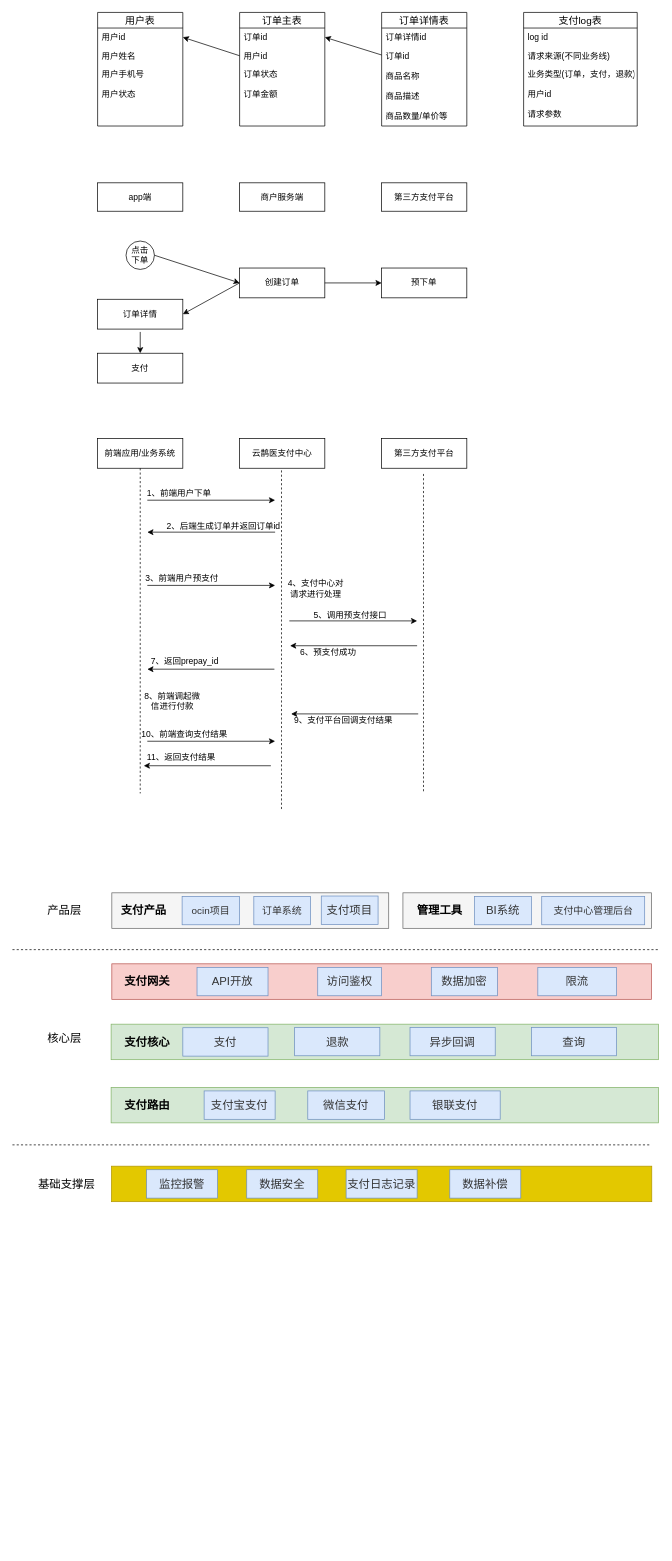
This is 订单设计.drawio from chenrushui/draw, a draw.io file, before an edit. Source tidied: cells renumbered, new cells numbered last; positions are measured from the earlier drawing's top-left corner, leaving out a move shared by most shapes. Both pictures are drawn from the tidied source at 71%, with x=0, y=0 at pixel (12, 12).
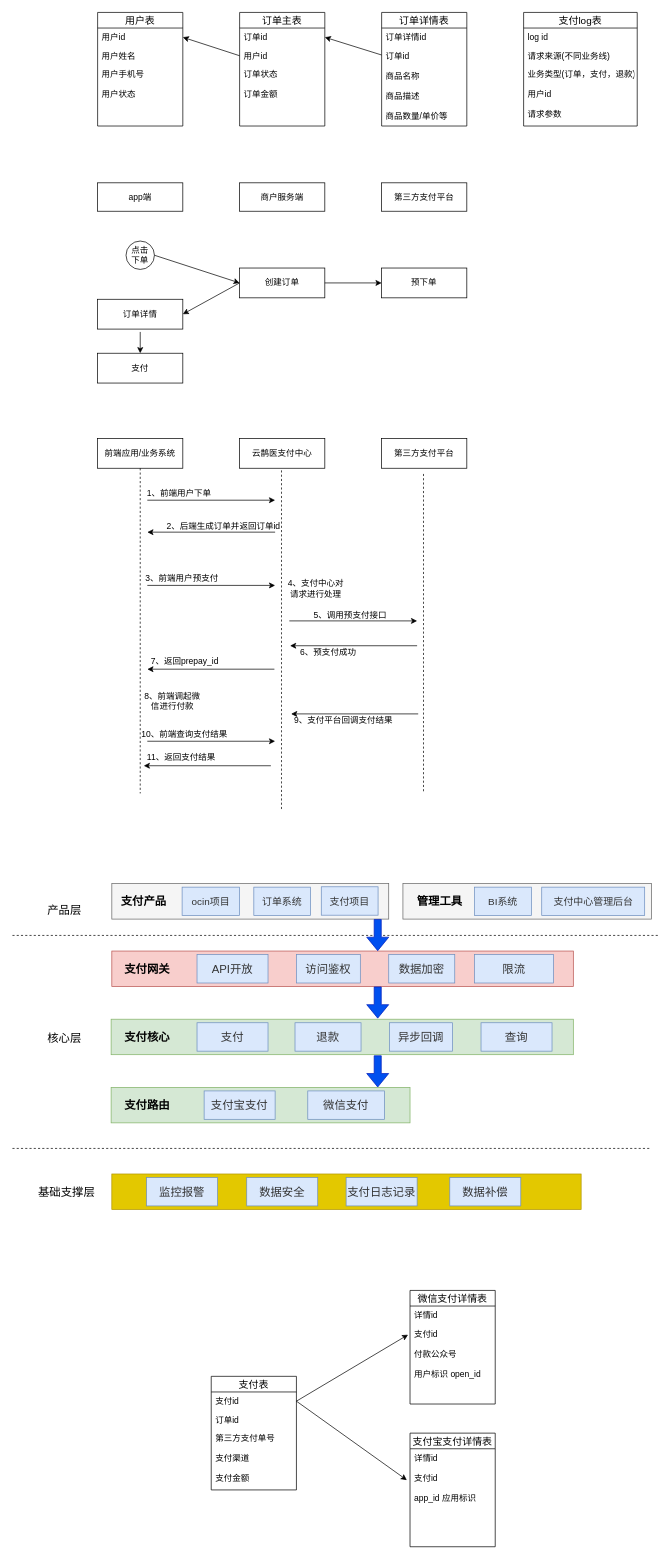
Above is the later version.

Diff of the diagram source:
```diff
@@
     <mxCell id="57" style="rounded=0;whiteSpace=wrap;html=1;fontSize=16;fillColor=#f5f5f5;strokeColor=#666666;fontColor=#333333;" parent="1" vertex="1">
-      <mxGeometry x="550" y="1240" width="350" height="50" as="geometry" />
+      <mxGeometry x="550" y="1227" width="350" height="50" as="geometry" />
     </mxCell>
     <mxCell id="58" style="rounded=0;whiteSpace=wrap;html=1;fontSize=16;fillColor=#f5f5f5;strokeColor=#666666;fontColor=#333333;" parent="1" vertex="1">
-      <mxGeometry x="140" y="1240" width="390" height="50" as="geometry" />
+      <mxGeometry x="140" y="1227" width="390" height="50" as="geometry" />
     </mxCell>
@@
     <mxCell id="61" value="基础支撑层" style="text;html=1;strokeColor=none;fillColor=none;align=center;verticalAlign=middle;whiteSpace=wrap;rounded=0;fontSize=16;" parent="1" vertex="1">
-      <mxGeometry x="33" y="1640" width="87" height="20" as="geometry" />
+      <mxGeometry x="33" y="1651" width="87" height="20" as="geometry" />
     </mxCell>
     <mxCell id="62" style="endArrow=none;dashed=1;html=1;fontSize=16;" parent="1" edge="1">
       <mxGeometry relative="1" as="geometry">
-        <mxPoint y="1320" as="sourcePoint" />
-        <mxPoint x="910" y="1320" as="targetPoint" />
+        <mxPoint y="1300" as="sourcePoint" />
+        <mxPoint x="910" y="1300" as="targetPoint" />
       </mxGeometry>
     </mxCell>
     <mxCell id="63" style="endArrow=none;dashed=1;html=1;fontSize=16;" parent="1" edge="1">
       <mxGeometry relative="1" as="geometry">
-        <mxPoint y="1595" as="sourcePoint" />
-        <mxPoint x="900" y="1595" as="targetPoint" />
+        <mxPoint y="1600" as="sourcePoint" />
+        <mxPoint x="900" y="1600" as="targetPoint" />
       </mxGeometry>
     </mxCell>
     <mxCell id="64" value="&lt;p class=&quot;MsoNormal&quot; style=&quot;font-size: 14px&quot;&gt;&lt;span style=&quot;color: rgb(51, 51, 51); letter-spacing: 0pt; background-image: initial; background-position: initial; background-size: initial; background-repeat: initial; background-attachment: initial; background-origin: initial; background-clip: initial;&quot;&gt;ocin&lt;font face=&quot;宋体&quot; style=&quot;font-size: 14px&quot;&gt;项目&lt;/font&gt;&lt;/span&gt;&lt;/p&gt;" style="rounded=0;whiteSpace=wrap;html=1;fontSize=16;fillColor=#dae8fc;strokeColor=#6c8ebf;labelBackgroundColor=none;" parent="1" vertex="1">
-      <mxGeometry x="239" y="1245" width="81" height="40" as="geometry" />
+      <mxGeometry x="239" y="1232" width="81" height="40" as="geometry" />
     </mxCell>
     <mxCell id="65" value="&lt;p class=&quot;MsoNormal&quot; style=&quot;font-size: 14px&quot;&gt;&lt;font color=&quot;#333333&quot;&gt;&lt;span style=&quot;&quot;&gt;支付中心管理后台&lt;/span&gt;&lt;/font&gt;&lt;/p&gt;" style="rounded=0;whiteSpace=wrap;html=1;fontSize=16;fillColor=#dae8fc;strokeColor=#6c8ebf;labelBackgroundColor=none;" parent="1" vertex="1">
-      <mxGeometry x="745.5" y="1245" width="145" height="40" as="geometry" />
+      <mxGeometry x="745.5" y="1232" width="145" height="40" as="geometry" />
     </mxCell>
     <mxCell id="66" value="&lt;p class=&quot;MsoNormal&quot; style=&quot;font-size: 14px&quot;&gt;&lt;font color=&quot;#333333&quot;&gt;&lt;span&gt;订单系统&lt;/span&gt;&lt;/font&gt;&lt;/p&gt;" style="rounded=0;whiteSpace=wrap;html=1;fontSize=16;fillColor=#dae8fc;strokeColor=#6c8ebf;labelBackgroundColor=none;" parent="1" vertex="1">
-      <mxGeometry x="340" y="1245" width="80" height="40" as="geometry" />
+      <mxGeometry x="340" y="1232" width="80" height="40" as="geometry" />
     </mxCell>
-    <mxCell id="67" value="&lt;font color=&quot;#333333&quot;&gt;BI系统&lt;/font&gt;" style="rounded=0;whiteSpace=wrap;html=1;fontSize=16;fillColor=#dae8fc;strokeColor=#6c8ebf;labelBackgroundColor=none;" parent="1" vertex="1">
-      <mxGeometry x="651" y="1245" width="80" height="40" as="geometry" />
+    <mxCell id="67" value="&lt;font color=&quot;#333333&quot; style=&quot;font-size: 14px&quot;&gt;BI系统&lt;/font&gt;" style="rounded=0;whiteSpace=wrap;html=1;fontSize=16;fillColor=#dae8fc;strokeColor=#6c8ebf;labelBackgroundColor=none;" parent="1" vertex="1">
+      <mxGeometry x="651" y="1232" width="80" height="40" as="geometry" />
     </mxCell>
     <mxCell id="68" value="支付产品" style="text;html=1;strokeColor=none;fillColor=none;align=center;verticalAlign=middle;whiteSpace=wrap;rounded=0;labelBackgroundColor=none;fontSize=16;fontStyle=1;" parent="1" vertex="1">
-      <mxGeometry x="150" y="1255" width="70" height="20" as="geometry" />
+      <mxGeometry x="150" y="1242" width="70" height="20" as="geometry" />
     </mxCell>
     <mxCell id="69" value="管理工具" style="text;html=1;strokeColor=none;fillColor=none;align=center;verticalAlign=middle;whiteSpace=wrap;rounded=0;labelBackgroundColor=none;fontSize=16;fontStyle=1;" parent="1" vertex="1">
-      <mxGeometry x="567" y="1255" width="70" height="20" as="geometry" />
+      <mxGeometry x="567" y="1242" width="70" height="20" as="geometry" />
     </mxCell>
     <mxCell id="70" style="rounded=0;whiteSpace=wrap;html=1;fontSize=16;fillColor=#f8cecc;strokeColor=#b85450;" parent="1" vertex="1">
-      <mxGeometry x="140" y="1340" width="760" height="50" as="geometry" />
+      <mxGeometry x="140" y="1322" width="650" height="50" as="geometry" />
     </mxCell>
     <mxCell id="71" value="支付网关" style="text;html=1;strokeColor=none;fillColor=none;align=center;verticalAlign=middle;whiteSpace=wrap;rounded=0;labelBackgroundColor=none;fontSize=16;fontStyle=1;" parent="1" vertex="1">
-      <mxGeometry x="155" y="1355" width="70" height="20" as="geometry" />
+      <mxGeometry x="155" y="1337" width="70" height="20" as="geometry" />
     </mxCell>
     <mxCell id="72" value="&lt;font color=&quot;#333333&quot;&gt;API开放&lt;/font&gt;" style="rounded=0;whiteSpace=wrap;html=1;fontSize=16;fillColor=#dae8fc;strokeColor=#6c8ebf;labelBackgroundColor=none;" parent="1" vertex="1">
-      <mxGeometry x="260" y="1345" width="100" height="40" as="geometry" />
+      <mxGeometry x="260" y="1327" width="100" height="40" as="geometry" />
     </mxCell>
     <mxCell id="73" value="&lt;font color=&quot;#333333&quot;&gt;访问鉴权&lt;/font&gt;" style="rounded=0;whiteSpace=wrap;html=1;fontSize=16;fillColor=#dae8fc;strokeColor=#6c8ebf;labelBackgroundColor=none;" parent="1" vertex="1">
-      <mxGeometry x="430" y="1345" width="90" height="40" as="geometry" />
+      <mxGeometry x="400" y="1327" width="90" height="40" as="geometry" />
     </mxCell>
     <mxCell id="74" value="&lt;font color=&quot;#333333&quot;&gt;数据加密&lt;/font&gt;" style="rounded=0;whiteSpace=wrap;html=1;fontSize=16;fillColor=#dae8fc;strokeColor=#6c8ebf;labelBackgroundColor=none;" parent="1" vertex="1">
-      <mxGeometry x="590" y="1345" width="93" height="40" as="geometry" />
+      <mxGeometry x="530" y="1327" width="93" height="40" as="geometry" />
     </mxCell>
     <mxCell id="75" value="&lt;font color=&quot;#333333&quot;&gt;限流&lt;/font&gt;" style="rounded=0;whiteSpace=wrap;html=1;fontSize=16;fillColor=#dae8fc;strokeColor=#6c8ebf;labelBackgroundColor=none;" parent="1" vertex="1">
-      <mxGeometry x="740" y="1345" width="111" height="40" as="geometry" />
+      <mxGeometry x="651" y="1327" width="111" height="40" as="geometry" />
     </mxCell>
     <mxCell id="76" style="rounded=0;whiteSpace=wrap;html=1;fontSize=16;fillColor=#d5e8d4;strokeColor=#82b366;" parent="1" vertex="1">
-      <mxGeometry x="139" y="1425" width="771" height="50" as="geometry" />
+      <mxGeometry x="139" y="1418" width="651" height="50" as="geometry" />
     </mxCell>
     <mxCell id="77" value="支付核心" style="text;html=1;strokeColor=none;fillColor=none;align=center;verticalAlign=middle;whiteSpace=wrap;rounded=0;labelBackgroundColor=none;fontSize=16;fontStyle=1;" parent="1" vertex="1">
-      <mxGeometry x="155" y="1440" width="70" height="20" as="geometry" />
+      <mxGeometry x="155" y="1433" width="70" height="20" as="geometry" />
     </mxCell>
     <mxCell id="78" value="&lt;font color=&quot;#333333&quot;&gt;支付&lt;/font&gt;" style="rounded=0;whiteSpace=wrap;html=1;fontSize=16;fillColor=#dae8fc;strokeColor=#6c8ebf;labelBackgroundColor=none;" parent="1" vertex="1">
-      <mxGeometry x="240" y="1430" width="120" height="40" as="geometry" />
+      <mxGeometry x="260" y="1423" width="100" height="40" as="geometry" />
     </mxCell>
     <mxCell id="79" style="rounded=0;whiteSpace=wrap;html=1;fontSize=16;fillColor=#d5e8d4;strokeColor=#82b366;" parent="1" vertex="1">
-      <mxGeometry x="139" y="1514" width="771" height="50" as="geometry" />
+      <mxGeometry x="139" y="1514" width="421" height="50" as="geometry" />
     </mxCell>
@@
-    <mxCell id="83" value="&lt;font color=&quot;#333333&quot;&gt;银联支付&lt;/font&gt;" style="rounded=0;whiteSpace=wrap;html=1;fontSize=16;fillColor=#dae8fc;strokeColor=#6c8ebf;labelBackgroundColor=none;" parent="1" vertex="1">
-      <mxGeometry x="560" y="1519" width="127" height="40" as="geometry" />
-    </mxCell>
     <mxCell id="84" style="rounded=0;whiteSpace=wrap;html=1;fontSize=16;fillColor=#e3c800;strokeColor=#B09500;fontColor=#ffffff;" parent="1" vertex="1">
-      <mxGeometry x="139.5" y="1625" width="761" height="50" as="geometry" />
+      <mxGeometry x="140" y="1636" width="661" height="50" as="geometry" />
     </mxCell>
     <mxCell id="85" value="&lt;font color=&quot;#333333&quot;&gt;监控报警&lt;/font&gt;" style="rounded=0;whiteSpace=wrap;html=1;fontSize=16;fillColor=#dae8fc;strokeColor=#6c8ebf;labelBackgroundColor=none;" parent="1" vertex="1">
-      <mxGeometry x="189" y="1630" width="100" height="40" as="geometry" />
+      <mxGeometry x="189" y="1641" width="100" height="40" as="geometry" />
     </mxCell>
     <mxCell id="86" value="&lt;font color=&quot;#333333&quot;&gt;数据安全&lt;/font&gt;" style="rounded=0;whiteSpace=wrap;html=1;fontSize=16;fillColor=#dae8fc;strokeColor=#6c8ebf;labelBackgroundColor=none;" parent="1" vertex="1">
-      <mxGeometry x="330" y="1630" width="100" height="40" as="geometry" />
+      <mxGeometry x="330" y="1641" width="100" height="40" as="geometry" />
     </mxCell>
     <mxCell id="87" value="&lt;font color=&quot;#333333&quot;&gt;支付日志记录&lt;/font&gt;" style="rounded=0;whiteSpace=wrap;html=1;fontSize=16;fillColor=#dae8fc;strokeColor=#6c8ebf;labelBackgroundColor=none;" parent="1" vertex="1">
-      <mxGeometry x="470" y="1630" width="100" height="40" as="geometry" />
+      <mxGeometry x="470" y="1641" width="100" height="40" as="geometry" />
     </mxCell>
     <mxCell id="88" value="&lt;font color=&quot;#333333&quot;&gt;数据补偿&lt;/font&gt;" style="rounded=0;whiteSpace=wrap;html=1;fontSize=16;fillColor=#dae8fc;strokeColor=#6c8ebf;labelBackgroundColor=none;" parent="1" vertex="1">
-      <mxGeometry x="616" y="1630" width="100" height="40" as="geometry" />
+      <mxGeometry x="616" y="1641" width="100" height="40" as="geometry" />
     </mxCell>
     <mxCell id="89" value="&lt;font color=&quot;#333333&quot;&gt;退款&lt;/font&gt;" style="rounded=0;whiteSpace=wrap;html=1;fontSize=16;fillColor=#dae8fc;strokeColor=#6c8ebf;labelBackgroundColor=none;" parent="1" vertex="1">
-      <mxGeometry x="397.5" y="1429.5" width="120" height="40" as="geometry" />
+      <mxGeometry x="398" y="1423" width="93" height="40" as="geometry" />
     </mxCell>
     <mxCell id="90" value="&lt;font color=&quot;#333333&quot;&gt;异步回调&lt;/font&gt;" style="rounded=0;whiteSpace=wrap;html=1;fontSize=16;fillColor=#dae8fc;strokeColor=#6c8ebf;labelBackgroundColor=none;" parent="1" vertex="1">
-      <mxGeometry x="560" y="1429.5" width="120" height="40" as="geometry" />
+      <mxGeometry x="531" y="1423" width="89" height="40" as="geometry" />
     </mxCell>
     <mxCell id="91" value="&lt;font color=&quot;#333333&quot;&gt;查询&lt;/font&gt;" style="rounded=0;whiteSpace=wrap;html=1;fontSize=16;fillColor=#dae8fc;strokeColor=#6c8ebf;labelBackgroundColor=none;" parent="1" vertex="1">
-      <mxGeometry x="731" y="1429.5" width="120" height="40" as="geometry" />
+      <mxGeometry x="660" y="1423" width="100" height="40" as="geometry" />
     </mxCell>
-    <mxCell id="92" value="&lt;font color=&quot;#333333&quot;&gt;支付项目&lt;/font&gt;" style="rounded=0;whiteSpace=wrap;html=1;fontSize=16;fillColor=#dae8fc;strokeColor=#6c8ebf;labelBackgroundColor=none;" parent="1" vertex="1">
-      <mxGeometry x="435" y="1244.5" width="80" height="40" as="geometry" />
+    <mxCell id="92" value="&lt;font color=&quot;#333333&quot; style=&quot;font-size: 14px&quot;&gt;支付项目&lt;/font&gt;" style="rounded=0;whiteSpace=wrap;html=1;fontSize=16;fillColor=#dae8fc;strokeColor=#6c8ebf;labelBackgroundColor=none;" parent="1" vertex="1">
+      <mxGeometry x="435" y="1231.5" width="80" height="40" as="geometry" />
     </mxCell>
+    <mxCell id="93" value="支付表" style="swimlane;fontStyle=0;horizontal=1;startSize=22;fillColor=none;swimlaneFillColor=#ffffff;align=center;fontSize=14;" parent="1" vertex="1">
+      <mxGeometry x="280" y="1921" width="120" height="160" as="geometry" />
+    </mxCell>
+    <mxCell id="94" value="支付id" style="text;strokeColor=none;fillColor=none;spacingLeft=4;spacingRight=4;overflow=hidden;points=[[0,0.5],[1,0.5]];portConstraint=eastwest;fontSize=12;" parent="93" vertex="1">
+      <mxGeometry y="22" width="120" height="26" as="geometry" />
+    </mxCell>
+    <mxCell id="95" value="订单id" style="text;strokeColor=none;fillColor=none;spacingLeft=4;spacingRight=4;overflow=hidden;fontSize=12;" parent="93" vertex="1">
+      <mxGeometry y="48" width="120" height="26" as="geometry" />
+    </mxCell>
+    <mxCell id="96" value="第三方支付单号&#10;&#10;支付渠道&#10;&#10;支付金额" style="text;strokeColor=none;fillColor=none;spacingLeft=4;spacingRight=4;overflow=hidden;fontSize=12;" parent="93" vertex="1">
+      <mxGeometry y="74" width="120" height="86" as="geometry" />
+    </mxCell>
+    <mxCell id="97" value="微信支付详情表" style="swimlane;fontStyle=0;horizontal=1;startSize=22;fillColor=none;swimlaneFillColor=#ffffff;align=center;fontSize=14;" parent="1" vertex="1">
+      <mxGeometry x="560" y="1800" width="120" height="160" as="geometry" />
+    </mxCell>
+    <mxCell id="98" value="详情id" style="text;strokeColor=none;fillColor=none;spacingLeft=4;spacingRight=4;overflow=hidden;fontSize=12;" parent="97" vertex="1">
+      <mxGeometry y="22" width="120" height="26" as="geometry" />
+    </mxCell>
+    <mxCell id="99" value="支付id&#10;&#10;付款公众号&#10;&#10;用户标识 open_id" style="text;strokeColor=none;fillColor=none;spacingLeft=4;spacingRight=4;overflow=hidden;points=[[0,0.5],[1,0.5]];portConstraint=eastwest;fontSize=12;" parent="97" vertex="1">
+      <mxGeometry y="48" width="120" height="112" as="geometry" />
+    </mxCell>
+    <mxCell id="100" value="支付宝支付详情表" style="swimlane;fontStyle=0;horizontal=1;startSize=22;fillColor=none;swimlaneFillColor=#ffffff;align=center;fontSize=14;" parent="1" vertex="1">
+      <mxGeometry x="560" y="2001" width="120" height="160" as="geometry" />
+    </mxCell>
+    <mxCell id="101" value="详情id&#10;&#10;支付id&#10;&#10;app_id 应用标识&#10;" style="text;strokeColor=none;fillColor=none;spacingLeft=4;spacingRight=4;overflow=hidden;points=[[0,0.5],[1,0.5]];portConstraint=eastwest;fontSize=12;" parent="100" vertex="1">
+      <mxGeometry y="22" width="120" height="138" as="geometry" />
+    </mxCell>
+    <mxCell id="102" style="endArrow=classic;html=1;entryX=-0.023;entryY=0.129;entryDx=0;entryDy=0;entryPerimeter=0;exitX=1;exitY=0.5;exitDx=0;exitDy=0;" parent="1" edge="1" source="94" target="99">
+      <mxGeometry relative="1" as="geometry" />
+    </mxCell>
+    <mxCell id="103" style="endArrow=classic;html=1;entryX=-0.037;entryY=0.32;entryDx=0;entryDy=0;entryPerimeter=0;exitX=1;exitY=0.5;exitDx=0;exitDy=0;" parent="1" edge="1" source="94" target="101">
+      <mxGeometry relative="1" as="geometry" />
+    </mxCell>
+    <mxCell id="104" style="shape=flexArrow;endArrow=classic;html=1;fillColor=#0050ef;strokeColor=#001DBC;" parent="1" edge="1">
+      <mxGeometry relative="1" as="geometry">
+        <mxPoint x="514.5" y="1277" as="sourcePoint" />
+        <mxPoint x="514.5" y="1322" as="targetPoint" />
+      </mxGeometry>
+    </mxCell>
+    <mxCell id="105" style="shape=flexArrow;endArrow=classic;html=1;fillColor=#0050ef;strokeColor=#001DBC;" parent="1" edge="1">
+      <mxGeometry relative="1" as="geometry">
+        <mxPoint x="514.5" y="1372" as="sourcePoint" />
+        <mxPoint x="514.5" y="1417" as="targetPoint" />
+      </mxGeometry>
+    </mxCell>
+    <mxCell id="106" style="shape=flexArrow;endArrow=classic;html=1;fillColor=#0050ef;strokeColor=#001DBC;" parent="1" edge="1">
+      <mxGeometry relative="1" as="geometry">
+        <mxPoint x="514.5" y="1469" as="sourcePoint" />
+        <mxPoint x="514.5" y="1514" as="targetPoint" />
+      </mxGeometry>
+    </mxCell>
```
